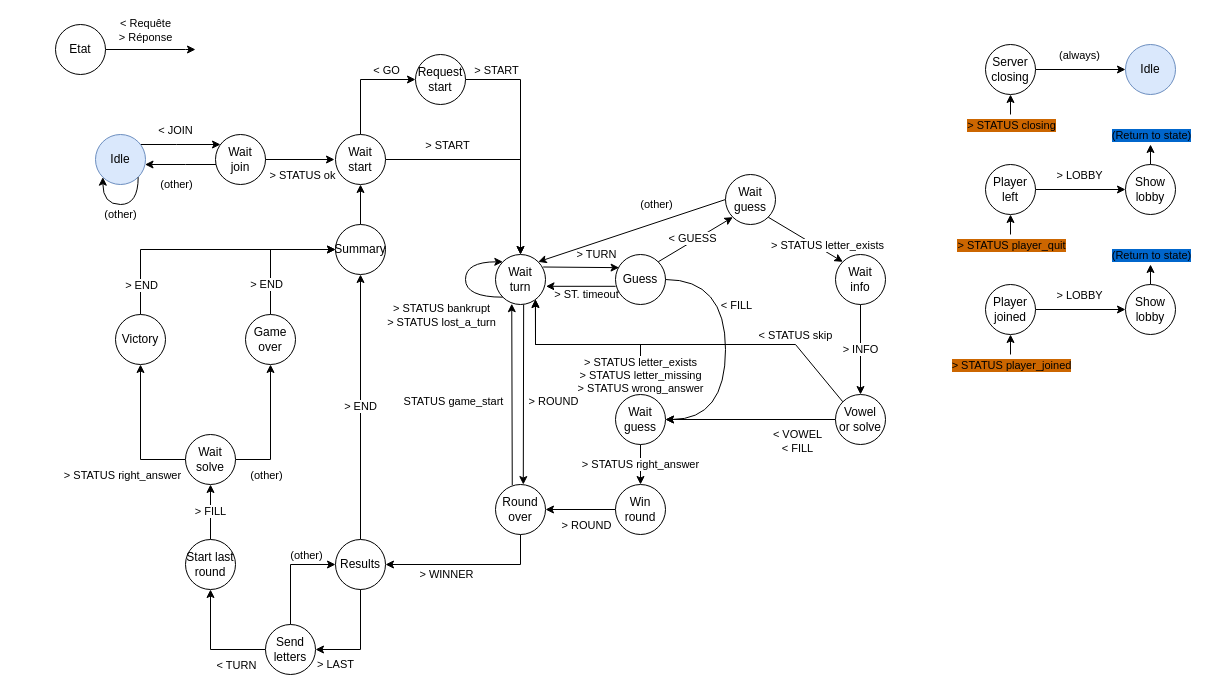
This is docs/drawio/client_lifecycle.drawio from lentidas/DAI-2425-PW2, a draw.io file, before an edit. Source tidied: cells renumbered, new cells numbered last; positions are measured from the earlier drawing's top-left corner, leaving out a move shared by most shapes. Both pictures are drawn from the tidied source at 100%, with x=0, y=0 at pixel (55, 24).
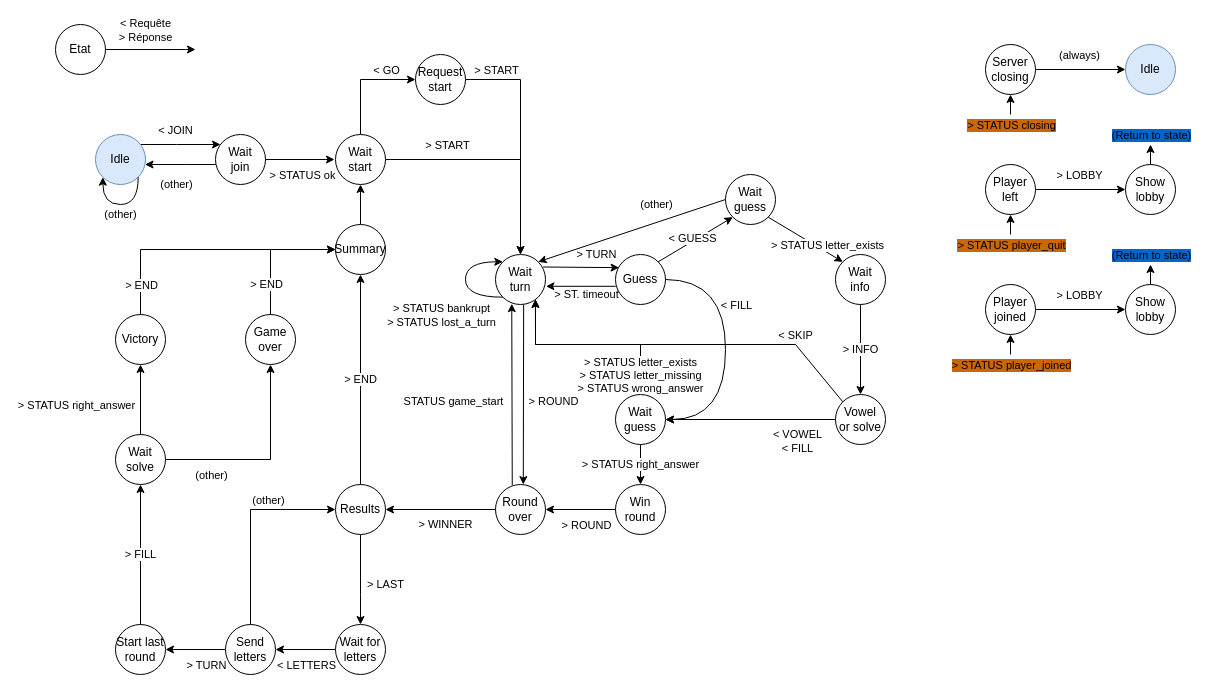
The same page after the edit.

Unchanged cells that the change refers to:
```xml
<mxCell id="66" value="Round over" style="ellipse;whiteSpace=wrap;html=1;" parent="1" vertex="1">
  <mxGeometry x="440" y="460" width="50" height="50" as="geometry" />
</mxCell>
<mxCell id="70" style="rounded=0;jettySize=auto;html=1;jumpStyle=arc;exitX=0;exitY=0;exitDx=0;exitDy=0;entryX=0.799;entryY=0.893;entryDx=0;entryDy=0;entryPerimeter=0;" parent="1" edge="1" source="41" target="28">
  <mxGeometry relative="1" as="geometry">
    <Array as="points">
      <mxPoint x="740" y="320" />
      <mxPoint x="480" y="320" />
    </Array>
  </mxGeometry>
</mxCell>
<mxCell id="87" value="Victory" style="ellipse;whiteSpace=wrap;html=1;" parent="1" vertex="1">
  <mxGeometry x="60" y="290" width="50" height="50" as="geometry" />
</mxCell>
```

Diff of the diagram source:
```diff
@@
-    <mxCell id="65" value="&amp;gt; WINNER" style="edgeStyle=orthogonalEdgeStyle;rounded=0;jettySize=auto;html=1;exitX=0.5;exitY=1;exitDx=0;exitDy=0;entryX=1;entryY=0.5;entryDx=0;entryDy=0;" parent="1" edge="1" source="66" target="74">
-      <mxGeometry x="0.26" y="10" relative="1" as="geometry" />
+    <mxCell id="65" value="&amp;gt; WINNER" style="edgeStyle=orthogonalEdgeStyle;rounded=0;jettySize=auto;html=1;exitX=0;exitY=0.5;exitDx=0;exitDy=0;entryX=1;entryY=0.5;entryDx=0;entryDy=0;" parent="1" edge="1" source="66" target="74">
+      <mxGeometry x="-0.09" y="15" relative="1" as="geometry" />
     </mxCell>
@@
-    <mxCell id="71" value="&amp;lt; STATUS skip" style="edgeLabel;html=1;align=center;verticalAlign=middle;" parent="70" vertex="1">
+    <mxCell id="71" value="&amp;lt; SKIP" style="edgeLabel;html=1;align=center;verticalAlign=middle;" parent="70" vertex="1">
       <mxGeometry x="-0.5" y="4" relative="1" as="geometry">
         <mxPoint x="20" y="-14" as="offset" />
       </mxGeometry>
     </mxCell>
-    <mxCell id="72" value="&amp;gt; LAST" style="edgeStyle=orthogonalEdgeStyle;rounded=0;jettySize=auto;html=1;exitX=0;exitY=0.5;exitDx=0;exitDy=0;entryX=1;entryY=0.5;entryDx=0;entryDy=0;" parent="1" edge="1" source="74" target="102">
-      <mxGeometry x="0.74" y="15" relative="1" as="geometry">
+    <mxCell id="72" value="&amp;gt; LAST" style="edgeStyle=orthogonalEdgeStyle;rounded=0;jettySize=auto;html=1;exitX=0.5;exitY=1;exitDx=0;exitDy=0;entryX=0.5;entryY=0;entryDx=0;entryDy=0;" parent="1" edge="1" source="74" target="105">
+      <mxGeometry x="0.11" y="25" relative="1" as="geometry">
         <Array as="points">
-          <mxPoint x="305" y="540" />
-          <mxPoint x="305" y="625" />
+          <mxPoint x="305" y="570" />
+          <mxPoint x="305" y="570" />
         </Array>
       </mxGeometry>
     </mxCell>
@@
     <mxCell id="74" value="Results" style="ellipse;whiteSpace=wrap;html=1;" parent="1" vertex="1">
-      <mxGeometry x="280" y="515" width="50" height="50" as="geometry" />
+      <mxGeometry x="280" y="460" width="50" height="50" as="geometry" />
     </mxCell>
@@
     <mxCell id="77" value="Start last round" style="ellipse;whiteSpace=wrap;html=1;" parent="1" vertex="1">
-      <mxGeometry x="130" y="515" width="50" height="50" as="geometry" />
+      <mxGeometry x="60" y="600" width="50" height="50" as="geometry" />
     </mxCell>
@@
-    <mxCell id="82" style="edgeStyle=orthogonalEdgeStyle;rounded=0;jettySize=auto;html=1;exitX=0;exitY=0.5;exitDx=0;exitDy=0;entryX=0.5;entryY=1;entryDx=0;entryDy=0;" parent="1" edge="1" source="84" target="87">
+    <mxCell id="82" style="edgeStyle=orthogonalEdgeStyle;rounded=0;jettySize=auto;html=1;exitX=0.5;exitY=0;exitDx=0;exitDy=0;entryX=0.5;entryY=1;entryDx=0;entryDy=0;" parent="1" edge="1" source="84" target="87">
       <mxGeometry relative="1" as="geometry" />
     </mxCell>
     <mxCell id="83" value="&amp;gt; STATUS right_answer" style="edgeLabel;html=1;align=center;verticalAlign=middle;" parent="82" vertex="1">
       <mxGeometry x="-0.55" y="3" relative="1" as="geometry">
-        <mxPoint x="-33" y="12" as="offset" />
+        <mxPoint x="-62" y="-14" as="offset" />
       </mxGeometry>
     </mxCell>
     <mxCell id="84" value="Wait solve" style="ellipse;whiteSpace=wrap;html=1;" parent="1" vertex="1">
-      <mxGeometry x="130" y="410" width="50" height="50" as="geometry" />
+      <mxGeometry x="60" y="410" width="50" height="50" as="geometry" />
     </mxCell>
@@
-    <mxCell id="98" style="edgeStyle=orthogonalEdgeStyle;rounded=0;jettySize=auto;html=1;exitX=0;exitY=0.5;exitDx=0;exitDy=0;entryX=0.5;entryY=1;entryDx=0;entryDy=0;" parent="1" edge="1" source="102" target="77">
+    <mxCell id="98" style="edgeStyle=orthogonalEdgeStyle;rounded=0;jettySize=auto;html=1;entryX=1;entryY=0.5;entryDx=0;entryDy=0;exitX=0;exitY=0.5;exitDx=0;exitDy=0;" parent="1" edge="1" source="102" target="77">
       <mxGeometry relative="1" as="geometry" />
     </mxCell>
-    <mxCell id="99" value="&amp;lt; TURN" style="edgeLabel;html=1;align=center;verticalAlign=middle;" parent="98" vertex="1">
+    <mxCell id="99" value="&amp;gt; TURN" style="edgeLabel;html=1;align=center;verticalAlign=middle;" parent="98" vertex="1">
       <mxGeometry x="-0.23" y="1" relative="1" as="geometry">
-        <mxPoint x="14" y="14" as="offset" />
+        <mxPoint x="3" y="14" as="offset" />
       </mxGeometry>
     </mxCell>
@@
     <mxCell id="102" value="Send letters" style="ellipse;whiteSpace=wrap;html=1;" parent="1" vertex="1">
-      <mxGeometry x="210" y="600" width="50" height="50" as="geometry" />
+      <mxGeometry x="170" y="600" width="50" height="50" as="geometry" />
     </mxCell>
+    <mxCell id="103" style="edgeStyle=orthogonalEdgeStyle;rounded=0;jettySize=auto;html=1;exitX=0;exitY=0.5;exitDx=0;exitDy=0;entryX=1;entryY=0.5;entryDx=0;entryDy=0;" parent="1" edge="1" source="105" target="102">
+      <mxGeometry relative="1" as="geometry" />
+    </mxCell>
+    <mxCell id="104" value="&amp;lt; LETTERS" style="edgeLabel;html=1;align=center;verticalAlign=middle;" parent="103" vertex="1">
+      <mxGeometry x="-0.11" y="3" relative="1" as="geometry">
+        <mxPoint x="-3" y="12" as="offset" />
+      </mxGeometry>
+    </mxCell>
+    <mxCell id="105" value="Wait for letters" style="ellipse;whiteSpace=wrap;html=1;" parent="1" vertex="1">
+      <mxGeometry x="280" y="600" width="50" height="50" as="geometry" />
+    </mxCell>
```
